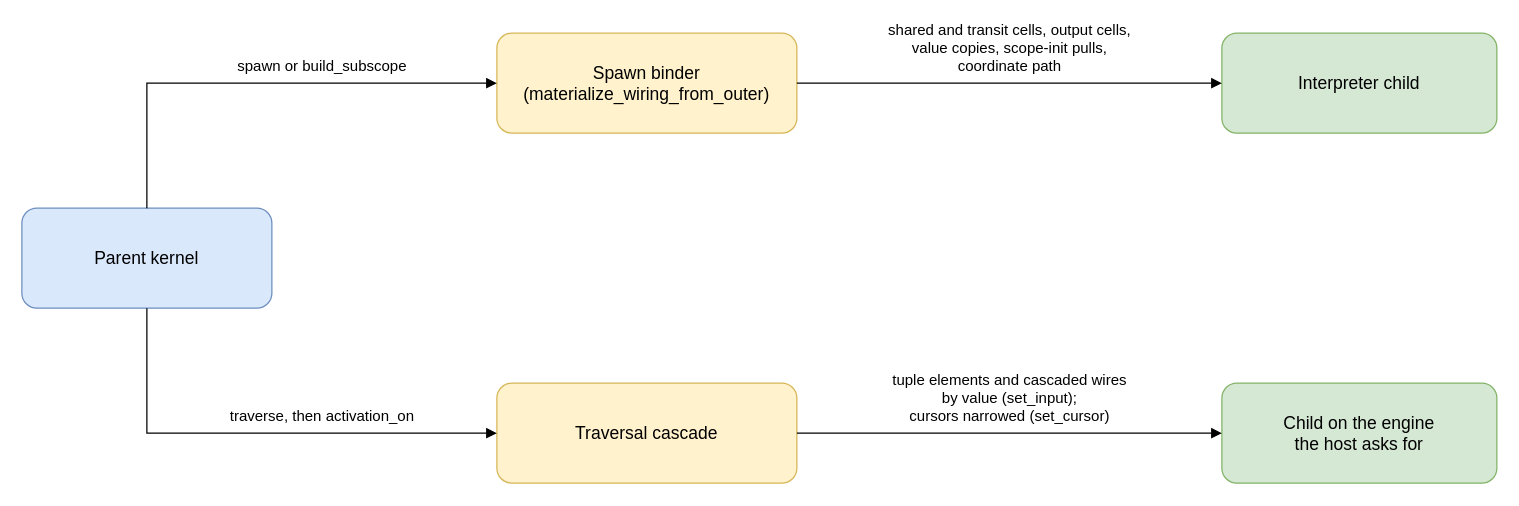
nosqlbench/polydat keeps this draw.io diagram as crates/polydat/docs/diagrams/scope_model-binding-paths.drawio. Above is the earlier version. Source tidied: cells renumbered, new cells numbered last; positions are measured from the earlier drawing's top-left corner, leaving out a move shared by most shapes. Both pictures are drawn from the tidied source at 125%, with x=0, y=0 at pixel (21, 32).
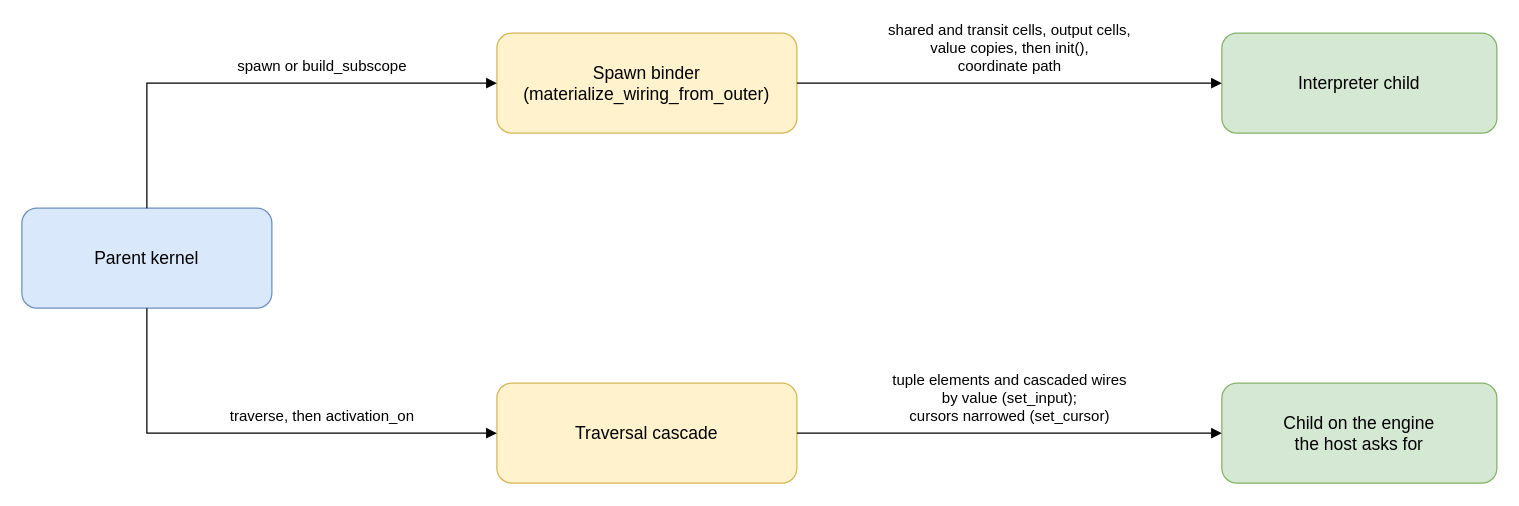
The same page after the edit.

Diff of the diagram source:
```diff
@@
 <mxGraphModel>
   <root>
     <mxCell id="0" />
     <mxCell id="1" parent="0" />
     <mxCell id="2" value="Parent kernel" style="rounded=1;whiteSpace=wrap;html=1;fillColor=#dae8fc;strokeColor=#6c8ebf;fontSize=14;" parent="1" vertex="1">
       <mxGeometry y="140" width="200" height="80" as="geometry" />
     </mxCell>
     <mxCell id="3" value="Spawn binder&lt;br&gt;(materialize_wiring_from_outer)" style="rounded=1;whiteSpace=wrap;html=1;fillColor=#fff2cc;strokeColor=#d6b656;fontSize=14;" parent="1" vertex="1">
       <mxGeometry x="380" width="240" height="80" as="geometry" />
     </mxCell>
     <mxCell id="4" value="Traversal cascade" style="rounded=1;whiteSpace=wrap;html=1;fillColor=#fff2cc;strokeColor=#d6b656;fontSize=14;" parent="1" vertex="1">
       <mxGeometry x="380" y="280" width="240" height="80" as="geometry" />
     </mxCell>
     <mxCell id="5" value="Interpreter child" style="rounded=1;whiteSpace=wrap;html=1;fillColor=#d5e8d4;strokeColor=#82b366;fontSize=14;" parent="1" vertex="1">
       <mxGeometry x="960" width="220" height="80" as="geometry" />
     </mxCell>
     <mxCell id="6" value="Child on the engine&lt;br&gt;the host asks for" style="rounded=1;whiteSpace=wrap;html=1;fillColor=#d5e8d4;strokeColor=#82b366;fontSize=14;" parent="1" vertex="1">
       <mxGeometry x="960" y="280" width="220" height="80" as="geometry" />
     </mxCell>
     <mxCell id="7" style="rounded=0;html=1;endArrow=block;exitX=0.5;exitY=0;exitDx=0;exitDy=0;entryX=0;entryY=0.5;entryDx=0;entryDy=0;" parent="1" edge="1" source="2" target="3">
       <mxGeometry relative="1" as="geometry">
         <Array as="points">
           <mxPoint x="100" y="40" />
         </Array>
       </mxGeometry>
     </mxCell>
     <mxCell id="8" style="rounded=0;html=1;endArrow=block;exitX=0.5;exitY=1;exitDx=0;exitDy=0;entryX=0;entryY=0.5;entryDx=0;entryDy=0;" parent="1" edge="1" source="2" target="4">
       <mxGeometry relative="1" as="geometry">
         <Array as="points">
           <mxPoint x="100" y="320" />
         </Array>
       </mxGeometry>
     </mxCell>
     <mxCell id="9" value="spawn or build_subscope" style="text;html=1;align=center;verticalAlign=bottom;fontSize=12;" parent="1" vertex="1">
       <mxGeometry x="120" y="16" width="240" height="20" as="geometry" />
     </mxCell>
     <mxCell id="10" value="traverse, then activation_on" style="text;html=1;align=center;verticalAlign=bottom;fontSize=12;" parent="1" vertex="1">
       <mxGeometry x="120" y="296" width="240" height="20" as="geometry" />
     </mxCell>
-    <mxCell id="11" value="shared and transit cells, output cells,&lt;br&gt;value copies, scope-init pulls,&lt;br&gt;coordinate path" style="rounded=0;html=1;fontSize=12;endArrow=block;verticalAlign=bottom;labelBackgroundColor=none;" parent="1" edge="1" source="3" target="5">
+    <mxCell id="11" value="shared and transit cells, output cells,&lt;br&gt;value copies, then init(),&lt;br&gt;coordinate path" style="rounded=0;html=1;fontSize=12;endArrow=block;verticalAlign=bottom;labelBackgroundColor=none;" parent="1" edge="1" source="3" target="5">
       <mxGeometry relative="1" as="geometry">
         <mxPoint y="-4" as="offset" />
       </mxGeometry>
     </mxCell>
     <mxCell id="12" value="tuple elements and cascaded wires&lt;br&gt;by value (set_input);&lt;br&gt;cursors narrowed (set_cursor)" style="rounded=0;html=1;fontSize=12;endArrow=block;verticalAlign=bottom;labelBackgroundColor=none;" parent="1" edge="1" source="4" target="6">
       <mxGeometry relative="1" as="geometry">
         <mxPoint y="-4" as="offset" />
       </mxGeometry>
     </mxCell>
   </root>
 </mxGraphModel>
```
